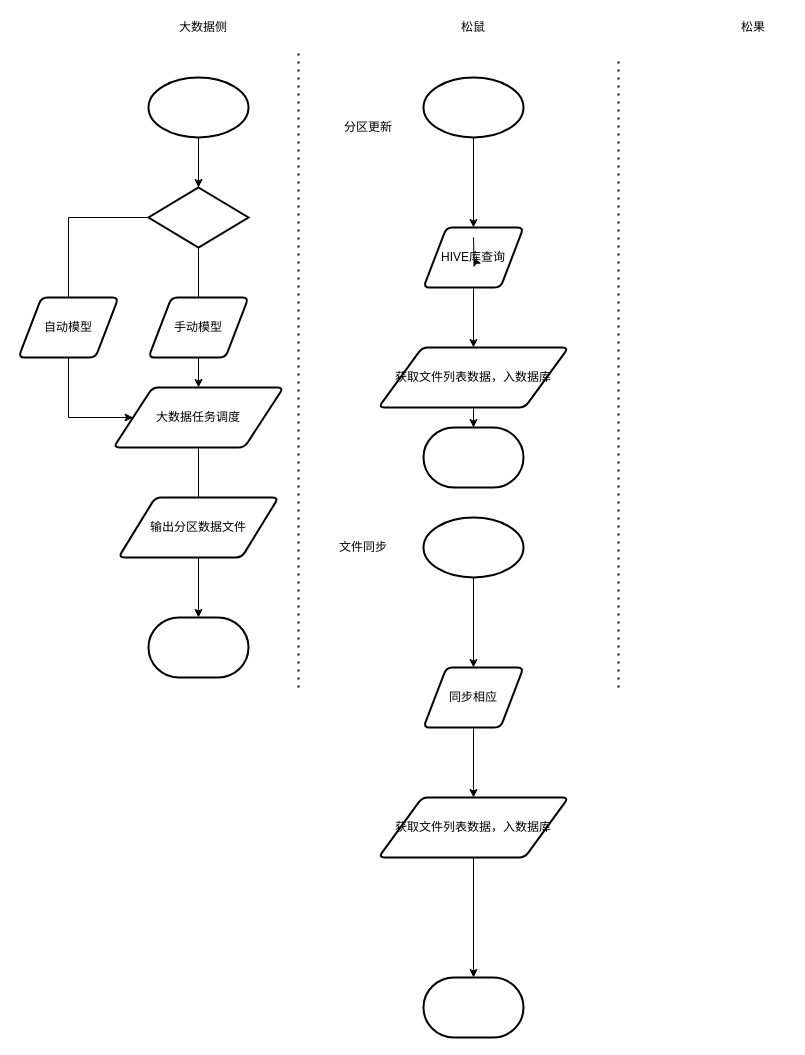
Above: 线索线上化.drawio in hack0303/draw.io-store (draw.io), before the change. Source tidied: cells renumbered, new cells numbered last; positions are measured from the earlier drawing's top-left corner, leaving out a move shared by most shapes. Both pictures are drawn from the tidied source at 100%, with x=0, y=0 at pixel (18, 17).
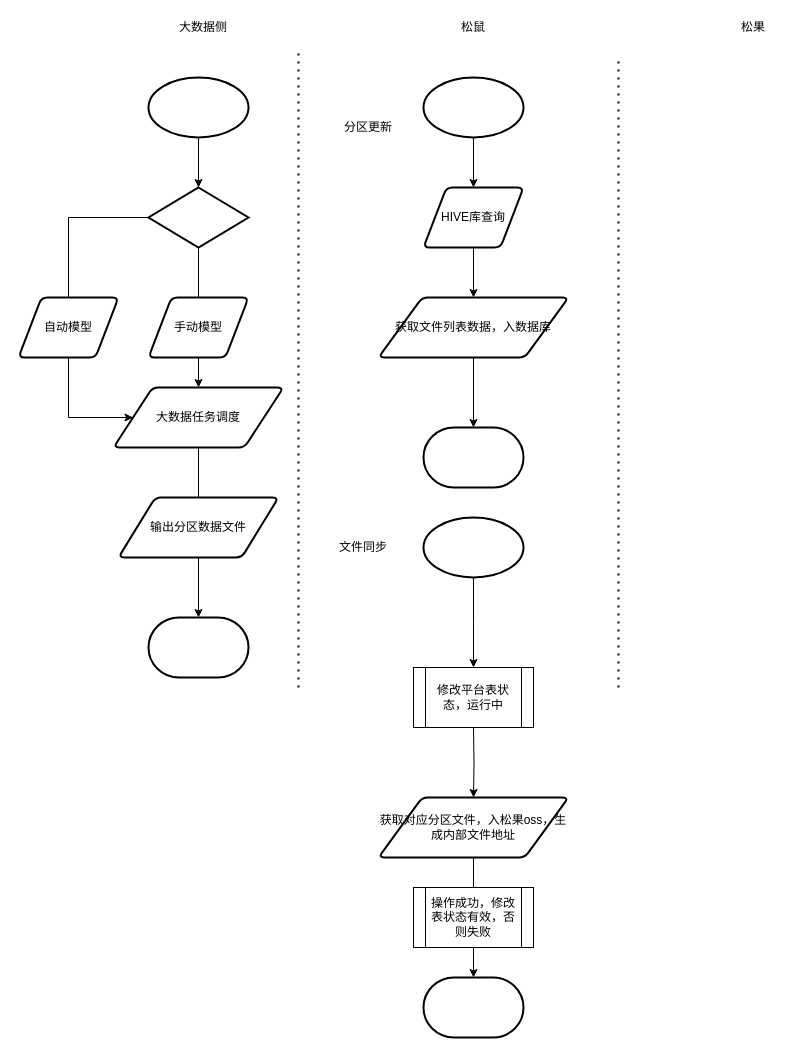
After the change.

Commit message (it also covers changes not shown here):
Update 线索线上化.drawio

The change refers to these unchanged cells:
```xml
<mxCell id="25" style="strokeWidth=2;html=1;shape=mxgraph.flowchart.start_1;whiteSpace=wrap;" parent="1" vertex="1">
  <mxGeometry x="405" y="500" width="100" height="60" as="geometry" />
</mxCell>
```

Change to the diagram source:
```diff
@@
     <mxCell id="23" value="获取文件列表数据，入数据库" style="shape=parallelogram;html=1;strokeWidth=2;perimeter=parallelogramPerimeter;whiteSpace=wrap;rounded=1;arcSize=12;size=0.23;" parent="1" vertex="1">
-      <mxGeometry x="360" y="330" width="190" height="60" as="geometry" />
+      <mxGeometry x="360" y="280" width="190" height="60" as="geometry" />
     </mxCell>
-    <mxCell id="24" style="edgeStyle=orthogonalEdgeStyle;rounded=0;jettySize=auto;html=1;" parent="1" edge="1" source="25" target="33">
-      <mxGeometry relative="1" as="geometry" />
+    <mxCell id="24" style="edgeStyle=orthogonalEdgeStyle;rounded=0;jettySize=auto;html=1;" parent="1" edge="1" source="25">
+      <mxGeometry relative="1" as="geometry">
+        <mxPoint x="455" y="650" as="targetPoint" />
+      </mxGeometry>
     </mxCell>
@@
-    <mxCell id="27" style="edgeStyle=orthogonalEdgeStyle;rounded=0;jettySize=auto;html=1;" parent="1" edge="1" source="33" target="29">
-      <mxGeometry relative="1" as="geometry" />
+    <mxCell id="27" style="edgeStyle=orthogonalEdgeStyle;rounded=0;jettySize=auto;html=1;" parent="1" edge="1" target="29">
+      <mxGeometry relative="1" as="geometry">
+        <mxPoint x="455" y="710" as="sourcePoint" />
+      </mxGeometry>
     </mxCell>
@@
-    <mxCell id="29" value="获取文件列表数据，入数据库" style="shape=parallelogram;html=1;strokeWidth=2;perimeter=parallelogramPerimeter;whiteSpace=wrap;rounded=1;arcSize=12;size=0.23;" parent="1" vertex="1">
+    <mxCell id="29" value="获取对应分区文件，入松果oss，生成内部文件地址" style="shape=parallelogram;html=1;strokeWidth=2;perimeter=parallelogramPerimeter;whiteSpace=wrap;rounded=1;arcSize=12;size=0.23;" parent="1" vertex="1">
       <mxGeometry x="360" y="780" width="190" height="60" as="geometry" />
     </mxCell>
     <mxCell id="30" value="HIVE库查询" style="shape=parallelogram;html=1;strokeWidth=2;perimeter=parallelogramPerimeter;whiteSpace=wrap;rounded=1;arcSize=12;size=0.23;" parent="1" vertex="1">
-      <mxGeometry x="405" y="210" width="100" height="60" as="geometry" />
+      <mxGeometry x="405" y="170" width="100" height="60" as="geometry" />
     </mxCell>
-    <mxCell id="31" style="edgeStyle=orthogonalEdgeStyle;rounded=0;jettySize=auto;html=1;" parent="1" edge="1" target="30">
-      <mxGeometry relative="1" as="geometry">
-        <mxPoint x="455" y="220" as="sourcePoint" />
-      </mxGeometry>
-    </mxCell>
@@
-    <mxCell id="33" value="同步相应" style="shape=parallelogram;html=1;strokeWidth=2;perimeter=parallelogramPerimeter;whiteSpace=wrap;rounded=1;arcSize=12;size=0.23;" parent="1" vertex="1">
-      <mxGeometry x="405" y="650" width="100" height="60" as="geometry" />
-    </mxCell>
@@
+    <mxCell id="35" value="修改平台表状态，运行中" style="shape=process;whiteSpace=wrap;html=1;backgroundOutline=1;" parent="1" vertex="1">
+      <mxGeometry x="395" y="650" width="120" height="60" as="geometry" />
+    </mxCell>
+    <mxCell id="36" value="操作成功，修改表状态有效，否则失败" style="shape=process;whiteSpace=wrap;html=1;backgroundOutline=1;" parent="1" vertex="1">
+      <mxGeometry x="395" y="870" width="120" height="60" as="geometry" />
+    </mxCell>
```
